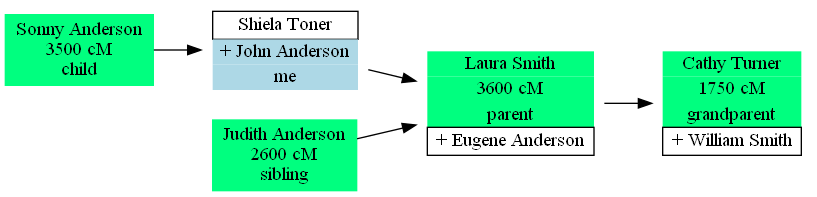
Above: test-data/small.png in johnandrea/draw-dna-matches (Graphviz), before the change. Its source is kept beside it as test-data/small.dot.
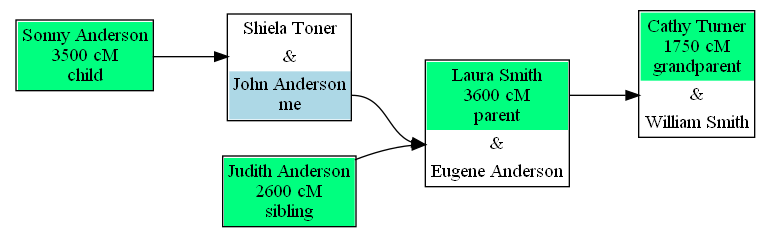
The same file after the commit.

Change to the diagram source:
```diff
@@ -1,32 +1,34 @@
 digraph family {
+node [shape=plaintext];
 rankdir=LR;
 f16 [label=<
-<table cellpadding="2" cellborder="0" cellspacing="0" border="0">
-<tr><td bgcolor="springgreen"> Cathy Turner </td></tr>
-<tr><td bgcolor="springgreen">1750 cM</td></tr>
-<tr><td bgcolor="springgreen">grandparent</td></tr>
-<tr><td border="1"> + William Smith </td></tr>
-</table>
->, shape="none"];
+<table cellpadding="3" border="1" cellspacing="0" cellborder="0">
+<tr><td port="w" bgcolor="springgreen">Cathy Turner<br/>1750 cM<br/>grandparent</td></tr>
+<tr><td port="u">&amp;</td></tr>
+<tr><td port="h">William Smith</td></tr>
+</table>>];
 f17 [label=<
-<table cellpadding="2" cellborder="0" cellspacing="0" border="0">
-<tr><td bgcolor="springgreen"> Laura Smith </td></tr>
-<tr><td bgcolor="springgreen">3600 cM</td></tr>
-<tr><td bgcolor="springgreen">parent</td></tr>
-<tr><td border="1"> + Eugene Anderson </td></tr>
-</table>
->, shape="none"];
+<table cellpadding="3" border="1" cellspacing="0" cellborder="0">
+<tr><td port="w" bgcolor="springgreen">Laura Smith<br/>3600 cM<br/>parent</td></tr>
+<tr><td port="u">&amp;</td></tr>
+<tr><td port="h">Eugene Anderson</td></tr>
+</table>>];
 f21 [label=<
-<table cellpadding="2" cellborder="0" cellspacing="0" border="0">
-<tr><td border="1"> Shiela Toner </td></tr>
-<tr><td bgcolor="lightblue"> + John Anderson </td></tr>
-<tr><td bgcolor="lightblue">me</td></tr>
-</table>
->, shape="none"];
-i48 [label="Sonny Anderson\n3500 cM\nchild", shape="record", style=filled, color=springgreen];
-i49 [label="Judith Anderson\n2600 cM\nsibling", shape="record", style=filled, color=springgreen];
-f21 -> f17;
-i48 -> f21;
-i49 -> f17;
-f17 -> f16;
+<table cellpadding="3" border="1" cellspacing="0" cellborder="0">
+<tr><td port="w">Shiela Toner</td></tr>
+<tr><td port="u">&amp;</td></tr>
+<tr><td port="h" bgcolor="lightblue">John Anderson<br/>me</td></tr>
+</table>>];
+i49 [label=<
+<table cellpadding="3" border="1" cellspacing="0" cellborder="0">
+<tr><td port="i" bgcolor="springgreen">Judith Anderson<br/>2600 cM<br/>sibling</td></tr>
+</table>>];
+i48 [label=<
+<table cellpadding="3" border="1" cellspacing="0" cellborder="0">
+<tr><td port="i" bgcolor="springgreen">Sonny Anderson<br/>3500 cM<br/>child</td></tr>
+</table>>];
+i49:i -> f17:u;
+i48:i -> f21:u;
+f21:h -> f17:u;
+f17:w -> f16:u;
 }
```
